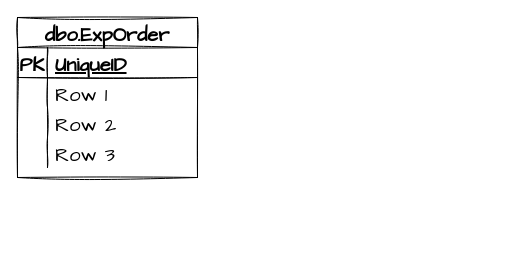
The draw.io diagram SQL/GRLS/dbo/StoredProc/GetRpTaskBMCP.sql/GetRpTaskBMCP.drawio in davyd0ff/so-line-grls, before the edit. Source tidied: cells renumbered, new cells numbered last; positions are measured from the earlier drawing's top-left corner, leaving out a move shared by most shapes. Both pictures are drawn from the tidied source at 100%, with x=0, y=0 at pixel (17, 17).
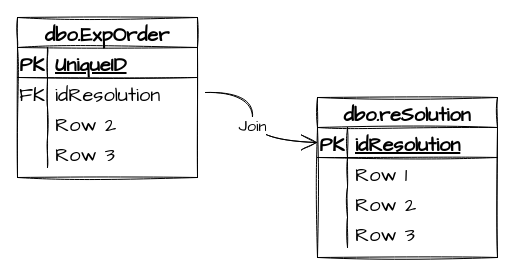
The same diagram, later.

The change refers to these unchanged cells:
```xml
<mxCell id="6" style="shape=tableRow;horizontal=0;startSize=0;swimlaneHead=0;swimlaneBody=0;fillColor=none;points=[[0,0.5],[1,0.5]];portConstraint=eastwest;top=0;left=0;right=0;bottom=0;sketch=1;hachureGap=4;fontFamily=Architects Daughter;fontSize=20;" parent="2" vertex="1">
  <mxGeometry y="60" width="180" height="30" as="geometry" />
</mxCell>
```

Change to the diagram source:
```diff
@@
-    <mxCell id="7" style="shape=partialRectangle;fillColor=none;top=0;left=0;bottom=0;right=0;overflow=hidden;sketch=1;hachureGap=4;fontFamily=Architects Daughter;fontSize=20;" parent="6" vertex="1">
+    <mxCell id="7" value="FK" style="shape=partialRectangle;fillColor=none;top=0;left=0;bottom=0;right=0;overflow=hidden;sketch=1;hachureGap=4;fontFamily=Architects Daughter;fontSize=20;" parent="6" vertex="1">
       <mxGeometry width="30" height="30" as="geometry" />
     </mxCell>
-    <mxCell id="8" value="Row 1" style="shape=partialRectangle;fillColor=none;top=0;left=0;bottom=0;right=0;align=left;spacingLeft=6;overflow=hidden;sketch=1;hachureGap=4;fontFamily=Architects Daughter;fontSize=20;" parent="6" vertex="1">
+    <mxCell id="8" value="idResolution" style="shape=partialRectangle;fillColor=none;top=0;left=0;bottom=0;right=0;align=left;spacingLeft=6;overflow=hidden;sketch=1;hachureGap=4;fontFamily=Architects Daughter;fontSize=20;" parent="6" vertex="1">
       <mxGeometry x="30" width="150" height="30" as="geometry" />
     </mxCell>
@@
+    <mxCell id="15" value="dbo.reSolution" style="shape=table;startSize=30;childLayout=tableLayout;rowLines=0;fontStyle=1;align=center;sketch=1;hachureGap=4;fontFamily=Architects Daughter;fontSize=20;" parent="1" vertex="1">
+      <mxGeometry x="300" y="80" width="180" height="160" as="geometry" />
+    </mxCell>
+    <mxCell id="16" style="shape=tableRow;horizontal=0;startSize=0;swimlaneHead=0;swimlaneBody=0;fillColor=none;points=[[0,0.5],[1,0.5]];portConstraint=eastwest;top=0;left=0;right=0;bottom=1;sketch=1;hachureGap=4;fontFamily=Architects Daughter;fontSize=20;" parent="15" vertex="1">
+      <mxGeometry y="30" width="180" height="30" as="geometry" />
+    </mxCell>
+    <mxCell id="17" value="PK" style="shape=partialRectangle;fillColor=none;top=0;left=0;bottom=0;right=0;fontStyle=1;overflow=hidden;sketch=1;hachureGap=4;fontFamily=Architects Daughter;fontSize=20;" parent="16" vertex="1">
+      <mxGeometry width="30" height="30" as="geometry" />
+    </mxCell>
+    <mxCell id="18" value="idResolution" style="shape=partialRectangle;fillColor=none;top=0;left=0;bottom=0;right=0;align=left;spacingLeft=6;fontStyle=5;overflow=hidden;sketch=1;hachureGap=4;fontFamily=Architects Daughter;fontSize=20;" parent="16" vertex="1">
+      <mxGeometry x="30" width="150" height="30" as="geometry" />
+    </mxCell>
+    <mxCell id="19" style="shape=tableRow;horizontal=0;startSize=0;swimlaneHead=0;swimlaneBody=0;fillColor=none;top=0;left=0;right=0;bottom=0;sketch=1;hachureGap=4;fontFamily=Architects Daughter;fontSize=20;" parent="15" vertex="1">
+      <mxGeometry y="60" width="180" height="30" as="geometry" />
+    </mxCell>
+    <mxCell id="20" style="shape=partialRectangle;fillColor=none;top=0;left=0;bottom=0;right=0;overflow=hidden;sketch=1;hachureGap=4;fontFamily=Architects Daughter;fontSize=20;" parent="19" vertex="1">
+      <mxGeometry width="30" height="30" as="geometry" />
+    </mxCell>
+    <mxCell id="21" value="Row 1" style="shape=partialRectangle;fillColor=none;top=0;left=0;bottom=0;right=0;align=left;spacingLeft=6;overflow=hidden;sketch=1;hachureGap=4;fontFamily=Architects Daughter;fontSize=20;" parent="19" vertex="1">
+      <mxGeometry x="30" width="150" height="30" as="geometry" />
+    </mxCell>
+    <mxCell id="22" style="shape=tableRow;horizontal=0;startSize=0;swimlaneHead=0;swimlaneBody=0;fillColor=none;top=0;left=0;right=0;bottom=0;sketch=1;hachureGap=4;fontFamily=Architects Daughter;fontSize=20;" parent="15" vertex="1">
+      <mxGeometry y="90" width="180" height="30" as="geometry" />
+    </mxCell>
+    <mxCell id="23" style="shape=partialRectangle;fillColor=none;top=0;left=0;bottom=0;right=0;overflow=hidden;sketch=1;hachureGap=4;fontFamily=Architects Daughter;fontSize=20;" parent="22" vertex="1">
+      <mxGeometry width="30" height="30" as="geometry" />
+    </mxCell>
+    <mxCell id="24" value="Row 2" style="shape=partialRectangle;fillColor=none;top=0;left=0;bottom=0;right=0;align=left;spacingLeft=6;overflow=hidden;sketch=1;hachureGap=4;fontFamily=Architects Daughter;fontSize=20;" parent="22" vertex="1">
+      <mxGeometry x="30" width="150" height="30" as="geometry" />
+    </mxCell>
+    <mxCell id="25" style="shape=tableRow;horizontal=0;startSize=0;swimlaneHead=0;swimlaneBody=0;fillColor=none;top=0;left=0;right=0;bottom=0;sketch=1;hachureGap=4;fontFamily=Architects Daughter;fontSize=20;" parent="15" vertex="1">
+      <mxGeometry y="120" width="180" height="30" as="geometry" />
+    </mxCell>
+    <mxCell id="26" style="shape=partialRectangle;fillColor=none;top=0;left=0;bottom=0;right=0;overflow=hidden;sketch=1;hachureGap=4;fontFamily=Architects Daughter;fontSize=20;" parent="25" vertex="1">
+      <mxGeometry width="30" height="30" as="geometry" />
+    </mxCell>
+    <mxCell id="27" value="Row 3" style="shape=partialRectangle;fillColor=none;top=0;left=0;bottom=0;right=0;align=left;spacingLeft=6;overflow=hidden;sketch=1;hachureGap=4;fontFamily=Architects Daughter;fontSize=20;" parent="25" vertex="1">
+      <mxGeometry x="30" width="150" height="30" as="geometry" />
+    </mxCell>
+    <mxCell id="28" value="Join" style="edgeStyle=orthogonalEdgeStyle;curved=1;rounded=0;sketch=1;hachureGap=4;jettySize=auto;html=1;entryX=0;entryY=0.5;entryDx=0;entryDy=0;fontFamily=Architects Daughter;fontSize=16;endArrow=open;startSize=14;endSize=14;sourcePerimeterSpacing=8;targetPerimeterSpacing=8;" parent="1" edge="1" source="6" target="16">
+      <mxGeometry relative="1" as="geometry" />
+    </mxCell>
```
